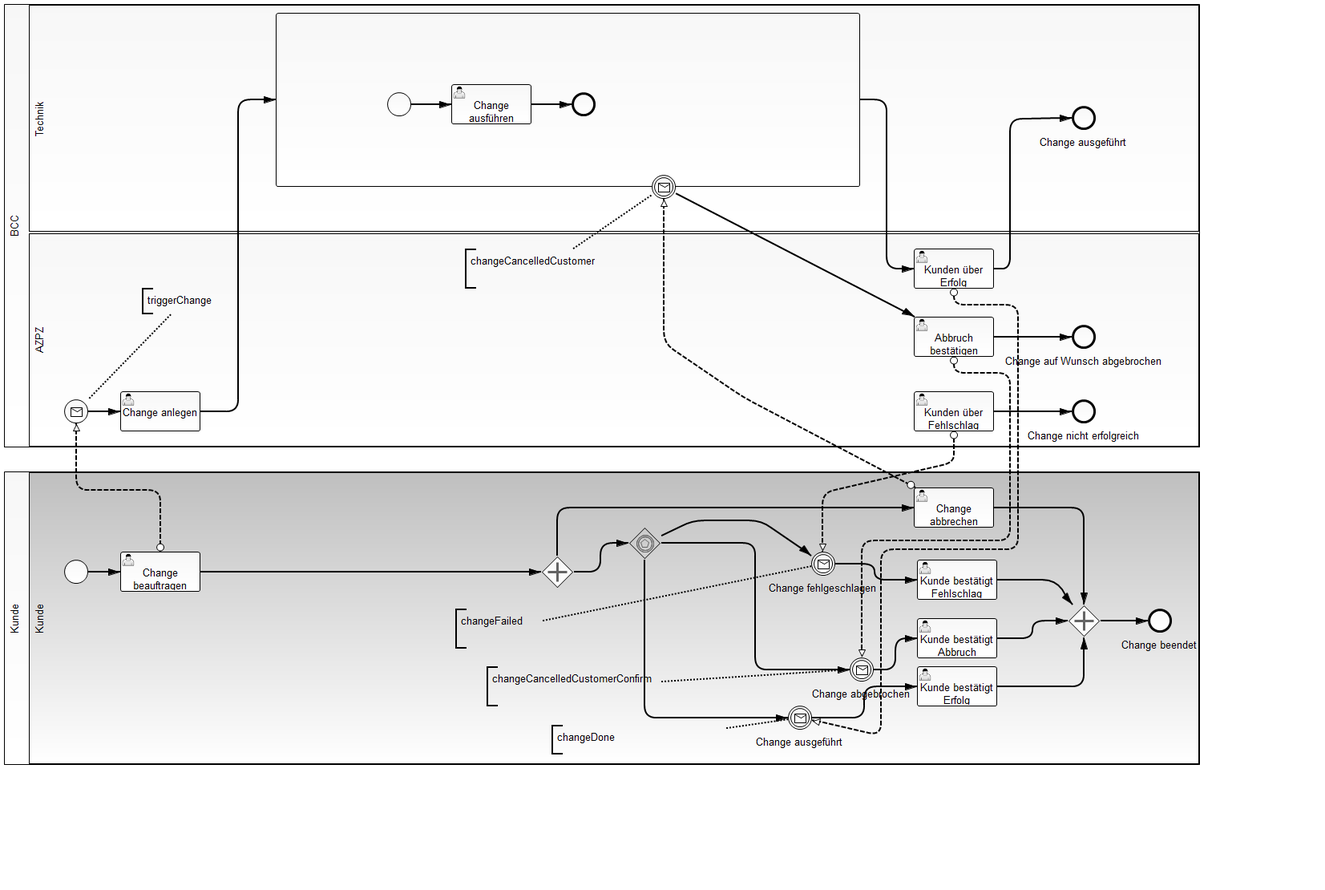
Earlier version of the BPMN export change-process/src/main/resources/ChangeProcess.png (gheddie/bpmn20_examples). Its source is kept beside it as change-process/src/main/resources/ChangeProcess.bpmn. Ids are renumbered.
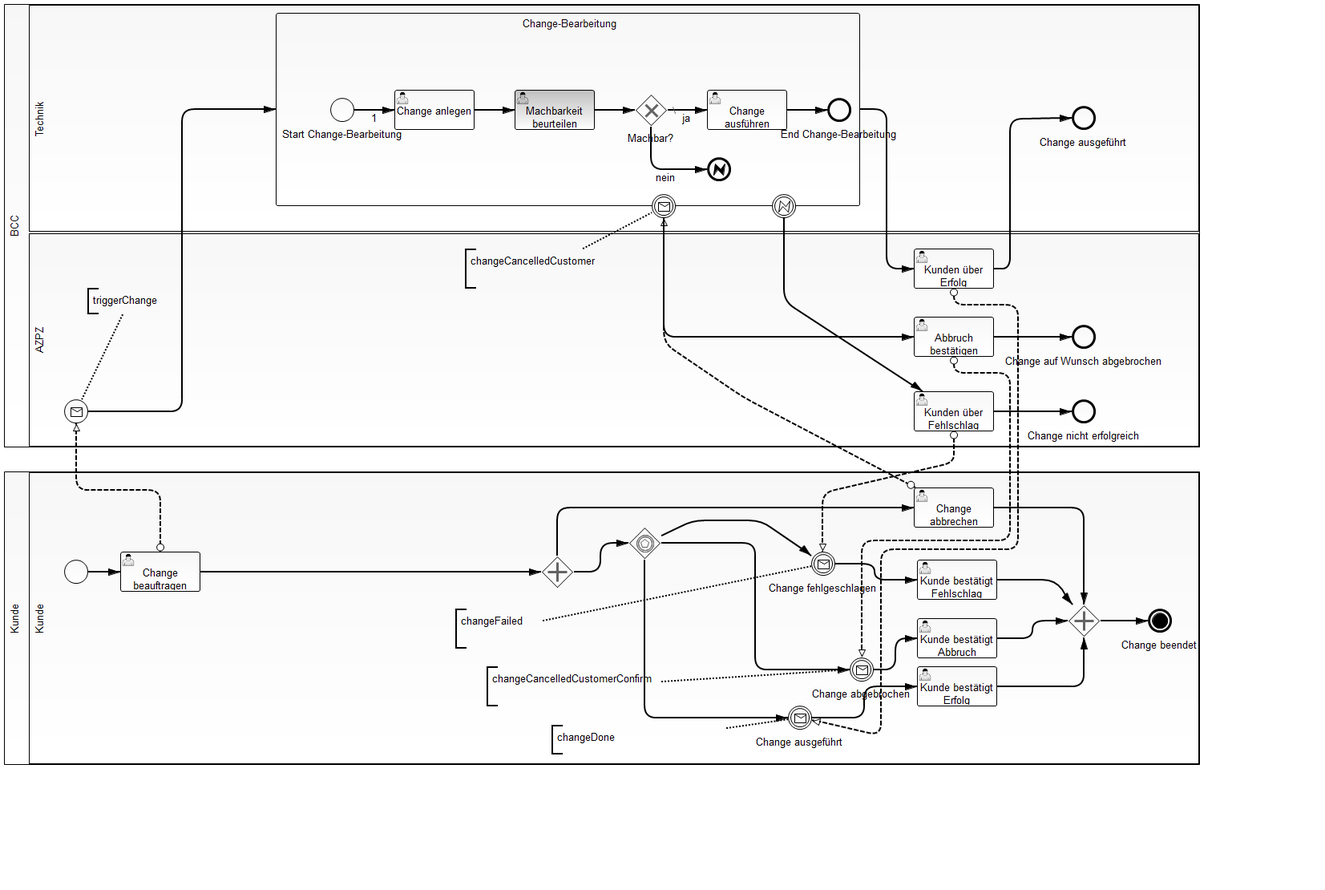
Above is the later version.

Commit message:
working change process on work, leaving a strange error on task 'Machbarkeit prüfen'

Diff of the diagram source:
```diff
@@ -18,11 +18,11 @@
         <flowNodeRef>PO_p3989</flowNodeRef>
         <flowNodeRef>SubProcess_1</flowNodeRef>
         <flowNodeRef>BoundaryEvent_1</flowNodeRef>
+        <flowNodeRef>BoundaryEvent_2</flowNodeRef>
       </lane>
       <lane id="PO_p3955" name="AZPZ">
         <flowNodeRef>PO_p4006</flowNodeRef>
         <flowNodeRef>PO_p3998</flowNodeRef>
-        <flowNodeRef>PO_p3957</flowNodeRef>
         <flowNodeRef>PO_p3990</flowNodeRef>
         <flowNodeRef>PO_p4005</flowNodeRef>
         <flowNodeRef>PO_p3941</flowNodeRef>
@@ -36,7 +36,7 @@
       <incoming>PO_p3999</incoming>
     </endEvent>
     <startEvent id="PO_p3941">
-      <outgoing>PO_p3956</outgoing>
+      <outgoing>SequenceFlow_16</outgoing>
       <messageEventDefinition id="PO_p3941_MESS" messageRef="Message_1"/>
     </startEvent>
     <endEvent id="PO_p4005" name="Change nicht erfolgreich">
@@ -53,6 +53,7 @@
       <extensionElements>
         <camunda:executionListener class="de.gravitex.bpmn.delegate.InformCustomerAboutFail" event="end"/>
       </extensionElements>
+      <incoming>SequenceFlow_23</incoming>
       <outgoing>PO_p4004</outgoing>
     </userTask>
     <userTask id="PO_p4006" camunda:candidateGroups="management" name="Abbruch bestätigen">
@@ -62,37 +63,65 @@
       <incoming>SequenceFlow_5</incoming>
       <outgoing>PO_p4011</outgoing>
     </userTask>
-    <userTask id="PO_p3957" camunda:candidateGroups="management" name="Change anlegen">
-      <incoming>PO_p3956</incoming>
-      <outgoing>SequenceFlow_1</outgoing>
-    </userTask>
     <sequenceFlow id="PO_p4004" sourceRef="PO_p3990" targetRef="PO_p4005"/>
-    <sequenceFlow id="PO_p3956" sourceRef="PO_p3941" targetRef="PO_p3957"/>
     <sequenceFlow id="PO_p3999" sourceRef="PO_p3998" targetRef="PO_p3989"/>
     <sequenceFlow id="PO_p4011" sourceRef="PO_p4006" targetRef="PO_p4012"/>
-    <subProcess id="SubProcess_1">
-      <incoming>SequenceFlow_1</incoming>
+    <subProcess id="SubProcess_1" name="Change-Bearbeitung">
+      <incoming>SequenceFlow_16</incoming>
       <outgoing>SequenceFlow_2</outgoing>
-      <startEvent id="StartEvent_1">
+      <startEvent id="StartEvent_1" name="Start Change-Bearbeitung">
+        <outgoing>SequenceFlow_17</outgoing>
+      </startEvent>
+      <userTask id="UserTask_5" camunda:candidateGroups="management" name="Change anlegen">
+        <incoming>SequenceFlow_17</incoming>
+        <outgoing>SequenceFlow_1</outgoing>
+      </userTask>
+      <sequenceFlow id="SequenceFlow_17" name="1" sourceRef="StartEvent_1" targetRef="UserTask_5"/>
+      <exclusiveGateway id="ExclusiveGateway_1" name="Machbar?" default="sequenceFlowFeasible">
+        <incoming>SequenceFlow_3</incoming>
+        <outgoing>sequenceFlowFeasible</outgoing>
+        <outgoing>SequenceFlow_22</outgoing>
+      </exclusiveGateway>
+      <userTask id="UserTask_7" camunda:candidateGroups="management" name="Change ausführen">
+        <incoming>sequenceFlowFeasible</incoming>
+        <outgoing>SequenceFlow_21</outgoing>
+      </userTask>
+      <sequenceFlow id="sequenceFlowFeasible" name="ja" sourceRef="ExclusiveGateway_1" targetRef="UserTask_7"/>
+      <endEvent id="EndEvent_2" name="End Change-Bearbeitung">
+        <incoming>SequenceFlow_21</incoming>
+      </endEvent>
+      <sequenceFlow id="SequenceFlow_21" name="" sourceRef="UserTask_7" targetRef="EndEvent_2"/>
+      <sequenceFlow id="SequenceFlow_22" name="nein" sourceRef="ExclusiveGateway_1" targetRef="EndEvent_3">
+        <conditionExpression xsi:type="tFormalExpression">${changeFeasible=='false'}</conditionExpression>
+      </sequenceFlow>
+      <endEvent id="EndEvent_3">
+        <incoming>SequenceFlow_22</incoming>
+        <errorEventDefinition id="_ErrorEventDefinition_4" errorRef="Error_1"/>
+      </endEvent>
+      <userTask id="UserTask_1" camunda:candidateGroups="management" name="Machbarkeit beurteilen">
+        <extensionElements>
+          <camunda:formData>
+            <camunda:formField id="changeFeasible" type="boolean"/>
+          </camunda:formData>
+        </extensionElements>
+        <incoming>SequenceFlow_1</incoming>
         <outgoing>SequenceFlow_3</outgoing>
-      </startEvent>
-      <sequenceFlow id="SequenceFlow_3" name="" sourceRef="StartEvent_1" targetRef="UserTask_1"/>
-      <userTask id="UserTask_1" camunda:candidateGroups="management" name="Change ausführen">
-        <incoming>SequenceFlow_3</incoming>
-        <outgoing>SequenceFlow_4</outgoing>
       </userTask>
-      <sequenceFlow id="SequenceFlow_4" name="" sourceRef="UserTask_1" targetRef="EndEvent_1"/>
-      <endEvent id="EndEvent_1">
-        <incoming>SequenceFlow_4</incoming>
-      </endEvent>
+      <sequenceFlow id="SequenceFlow_1" name="" sourceRef="UserTask_5" targetRef="UserTask_1"/>
+      <sequenceFlow id="SequenceFlow_3" name="" sourceRef="UserTask_1" targetRef="ExclusiveGateway_1"/>
     </subProcess>
-    <sequenceFlow id="SequenceFlow_1" name="" sourceRef="PO_p3957" targetRef="SubProcess_1"/>
     <sequenceFlow id="SequenceFlow_2" name="" sourceRef="SubProcess_1" targetRef="PO_p3998"/>
+    <sequenceFlow id="SequenceFlow_16" name="" sourceRef="PO_p3941" targetRef="SubProcess_1"/>
     <boundaryEvent id="BoundaryEvent_1" name="" attachedToRef="SubProcess_1">
       <outgoing>SequenceFlow_5</outgoing>
       <messageEventDefinition id="_MessageEventDefinition_12" messageRef="Message_2"/>
     </boundaryEvent>
     <sequenceFlow id="SequenceFlow_5" name="" sourceRef="BoundaryEvent_1" targetRef="PO_p4006"/>
+    <boundaryEvent id="BoundaryEvent_2" name="" attachedToRef="SubProcess_1">
+      <outgoing>SequenceFlow_23</outgoing>
+      <errorEventDefinition id="_ErrorEventDefinition_5" errorRef="Error_1"/>
+    </boundaryEvent>
+    <sequenceFlow id="SequenceFlow_23" name="" sourceRef="BoundaryEvent_2" targetRef="PO_p3990"/>
     <textAnnotation id="TextAnnotation_1">
       <text>triggerChange</text>
     </textAnnotation>
@@ -122,6 +151,7 @@
     </laneSet>
     <endEvent id="PO_p3996" name="Change beendet">
       <incoming>PO_p3995</incoming>
+      <terminateEventDefinition id="_TerminateEventDefinition_2"/>
     </endEvent>
     <startEvent id="PO_p3975">
       <outgoing>PO_p3976</outgoing>
@@ -219,6 +249,7 @@
   <message id="Message_3" name="changeFailed"/>
   <message id="Message_4" name="changeCancelledCustomerConfirm"/>
   <message id="Message_5" name="changeDone"/>
+  <error id="Error_1" errorCode="ERROR_CHANGE_NOT_FEASIBLE" name="ERROR_CHANGE_NOT_FEASIBLE"/>
   <bpmndi:BPMNDiagram id="KollaborationP_p91" name="Kollaboration">
     <bpmndi:BPMNPlane id="PLANE-P_p91" bpmnElement="COLLABORATION-P_p91">
       <bpmndi:BPMNShape id="PoolPO_p3953" bpmnElement="PO_p3953" isExpanded="true" isHorizontal="true">
@@ -259,10 +290,6 @@
         <di:waypoint xsi:type="dc:Point" x="1256.0" y="143.5"/>
         <di:waypoint xsi:type="dc:Point" x="1333.0" y="143.5"/>
       </bpmndi:BPMNEdge>
-      <bpmndi:BPMNEdge id="SequenzflussPO_p3956" bpmnElement="PO_p3956">
-        <di:waypoint xsi:type="dc:Point" x="106.0" y="509.0"/>
-        <di:waypoint xsi:type="dc:Point" x="146.0" y="509.0"/>
-      </bpmndi:BPMNEdge>
       <bpmndi:BPMNEdge id="SequenzflussPO_p3979" bpmnElement="PO_p3979">
         <di:waypoint xsi:type="dc:Point" x="246.0" y="709.0"/>
         <di:waypoint xsi:type="dc:Point" x="671.0" y="709.0"/>
@@ -281,9 +308,6 @@
       </bpmndi:BPMNShape>
       <bpmndi:BPMNShape id="AktivitätPO_p3998" bpmnElement="PO_p3998">
         <dc:Bounds height="50.0" width="100.0" x="1136.0" y="306.0"/>
-      </bpmndi:BPMNShape>
-      <bpmndi:BPMNShape id="AktivitätPO_p3957" bpmnElement="PO_p3957">
-        <dc:Bounds height="50.0" width="100.0" x="146.0" y="484.0"/>
       </bpmndi:BPMNShape>
       <bpmndi:BPMNShape id="AktivitätPO_p3982" bpmnElement="PO_p3982">
         <dc:Bounds height="50.0" width="100.0" x="1136.0" y="604.0"/>
@@ -376,61 +400,29 @@
         </bpmndi:BPMNLabel>
       </bpmndi:BPMNEdge>
       <bpmndi:BPMNShape id="_BPMNShape_SubProcess_8" bpmnElement="SubProcess_1" isExpanded="true">
-        <dc:Bounds height="217.0" width="729.0" x="340.0" y="12.0"/>
+        <dc:Bounds height="241.0" width="729.0" x="340.0" y="12.0"/>
       </bpmndi:BPMNShape>
-      <bpmndi:BPMNEdge id="BPMNEdge_SequenceFlow_1" bpmnElement="SequenceFlow_1" sourceElement="AktivitätPO_p3957" targetElement="_BPMNShape_SubProcess_8">
-        <di:waypoint xsi:type="dc:Point" x="246.0" y="509.0"/>
-        <di:waypoint xsi:type="dc:Point" x="293.0" y="509.0"/>
-        <di:waypoint xsi:type="dc:Point" x="293.0" y="120.0"/>
-        <di:waypoint xsi:type="dc:Point" x="340.0" y="120.0"/>
-        <bpmndi:BPMNLabel>
-          <dc:Bounds height="6.0" width="6.0" x="290.0" y="327.0"/>
-        </bpmndi:BPMNLabel>
-      </bpmndi:BPMNEdge>
       <bpmndi:BPMNEdge id="BPMNEdge_SequenceFlow_2" bpmnElement="SequenceFlow_2" sourceElement="_BPMNShape_SubProcess_8" targetElement="AktivitätPO_p3998">
-        <di:waypoint xsi:type="dc:Point" x="1068.0" y="120.0"/>
-        <di:waypoint xsi:type="dc:Point" x="1102.0" y="120.0"/>
+        <di:waypoint xsi:type="dc:Point" x="1068.0" y="132.0"/>
+        <di:waypoint xsi:type="dc:Point" x="1102.0" y="132.0"/>
         <di:waypoint xsi:type="dc:Point" x="1102.0" y="331.0"/>
         <di:waypoint xsi:type="dc:Point" x="1136.0" y="331.0"/>
         <bpmndi:BPMNLabel>
-          <dc:Bounds height="6.0" width="6.0" x="1099.0" y="214.0"/>
+          <dc:Bounds height="6.0" width="6.0" x="1099.0" y="226.0"/>
         </bpmndi:BPMNLabel>
       </bpmndi:BPMNEdge>
       <bpmndi:BPMNShape id="_BPMNShape_StartEvent_28" bpmnElement="StartEvent_1">
-        <dc:Bounds height="30.0" width="30.0" x="479.0" y="111.0"/>
+        <dc:Bounds height="30.0" width="30.0" x="408.0" y="118.0"/>
         <bpmndi:BPMNLabel>
-          <dc:Bounds height="0.0" width="0.0" x="494.0" y="146.0"/>
+          <dc:Bounds height="0.0" width="0.0" x="423.0" y="153.0"/>
         </bpmndi:BPMNLabel>
       </bpmndi:BPMNShape>
-      <bpmndi:BPMNShape id="_BPMNShape_UserTask_3" bpmnElement="UserTask_1">
-        <dc:Bounds height="50.0" width="100.0" x="559.0" y="101.0"/>
-      </bpmndi:BPMNShape>
-      <bpmndi:BPMNEdge id="BPMNEdge_SequenceFlow_3" bpmnElement="SequenceFlow_3" sourceElement="_BPMNShape_StartEvent_28" targetElement="_BPMNShape_UserTask_3">
-        <di:waypoint xsi:type="dc:Point" x="509.0" y="126.0"/>
-        <di:waypoint xsi:type="dc:Point" x="559.0" y="126.0"/>
-        <bpmndi:BPMNLabel>
-          <dc:Bounds height="6.0" width="6.0" x="531.0" y="126.0"/>
-        </bpmndi:BPMNLabel>
-      </bpmndi:BPMNEdge>
-      <bpmndi:BPMNShape id="_BPMNShape_EndEvent_4" bpmnElement="EndEvent_1">
-        <dc:Bounds height="30.0" width="30.0" x="709.0" y="111.0"/>
-        <bpmndi:BPMNLabel>
-          <dc:Bounds height="0.0" width="0.0" x="724.0" y="146.0"/>
-        </bpmndi:BPMNLabel>
-      </bpmndi:BPMNShape>
-      <bpmndi:BPMNEdge id="BPMNEdge_SequenceFlow_4" bpmnElement="SequenceFlow_4" sourceElement="_BPMNShape_UserTask_3" targetElement="_BPMNShape_EndEvent_4">
-        <di:waypoint xsi:type="dc:Point" x="659.0" y="126.0"/>
-        <di:waypoint xsi:type="dc:Point" x="709.0" y="126.0"/>
-        <bpmndi:BPMNLabel>
-          <dc:Bounds height="6.0" width="6.0" x="681.0" y="126.0"/>
-        </bpmndi:BPMNLabel>
-      </bpmndi:BPMNEdge>
       <bpmndi:BPMNShape id="_BPMNShape_TextAnnotation_18" bpmnElement="TextAnnotation_1">
-        <dc:Bounds height="33.0" width="104.0" x="173.0" y="355.0"/>
+        <dc:Bounds height="33.0" width="104.0" x="105.0" y="355.0"/>
       </bpmndi:BPMNShape>
       <bpmndi:BPMNEdge id="BPMNEdge_Association_1" bpmnElement="Association_1" sourceElement="_BPMNShape_TextAnnotation_18" targetElement="EreignisPO_p3941">
-        <di:waypoint xsi:type="dc:Point" x="209.0" y="387.0"/>
-        <di:waypoint xsi:type="dc:Point" x="106.0" y="494.0"/>
+        <di:waypoint xsi:type="dc:Point" x="149.0" y="387.0"/>
+        <di:waypoint xsi:type="dc:Point" x="98.0" y="494.0"/>
       </bpmndi:BPMNEdge>
       <bpmndi:BPMNShape id="_BPMNShape_TextAnnotation_19" bpmnElement="TextAnnotation_2">
         <dc:Bounds height="50.0" width="109.0" x="564.0" y="755.0"/>
@@ -454,29 +446,33 @@
         <di:waypoint xsi:type="dc:Point" x="979.0" y="893.0"/>
       </bpmndi:BPMNEdge>
       <bpmndi:BPMNShape id="_BPMNShape_BoundaryEvent_25" bpmnElement="BoundaryEvent_1">
-        <dc:Bounds height="30.0" width="30.0" x="809.0" y="214.0"/>
+        <dc:Bounds height="30.0" width="30.0" x="809.0" y="238.0"/>
+        <bpmndi:BPMNLabel>
+          <dc:Bounds height="6.0" width="6.0" x="821.0" y="273.0"/>
+        </bpmndi:BPMNLabel>
       </bpmndi:BPMNShape>
       <bpmndi:BPMNShape id="_BPMNShape_TextAnnotation_22" bpmnElement="TextAnnotation_5">
         <dc:Bounds height="50.0" width="195.0" x="576.0" y="306.0"/>
       </bpmndi:BPMNShape>
       <bpmndi:BPMNEdge id="BPMNEdge_Association_5" bpmnElement="Association_5" sourceElement="_BPMNShape_TextAnnotation_22" targetElement="_BPMNShape_BoundaryEvent_25">
-        <di:waypoint xsi:type="dc:Point" x="710.0" y="306.0"/>
-        <di:waypoint xsi:type="dc:Point" x="809.0" y="239.0"/>
+        <di:waypoint xsi:type="dc:Point" x="721.0" y="306.0"/>
+        <di:waypoint xsi:type="dc:Point" x="809.0" y="261.0"/>
       </bpmndi:BPMNEdge>
       <bpmndi:BPMNEdge id="BPMNEdge_MessageFlow_1" bpmnElement="MessageFlow_1" sourceElement="AktivitätPO_p3982" targetElement="_BPMNShape_BoundaryEvent_25">
         <di:waypoint xsi:type="dc:Point" x="1138.0" y="604.0"/>
         <di:waypoint xsi:type="dc:Point" x="923.0" y="491.0"/>
         <di:waypoint xsi:type="dc:Point" x="824.0" y="424.0"/>
-        <di:waypoint xsi:type="dc:Point" x="824.0" y="244.0"/>
+        <di:waypoint xsi:type="dc:Point" x="824.0" y="268.0"/>
         <bpmndi:BPMNLabel>
           <dc:Bounds height="6.0" width="6.0" x="822.0" y="425.0"/>
         </bpmndi:BPMNLabel>
       </bpmndi:BPMNEdge>
       <bpmndi:BPMNEdge id="BPMNEdge_SequenceFlow_5" bpmnElement="SequenceFlow_5" sourceElement="_BPMNShape_BoundaryEvent_25" targetElement="AktivitätPO_p4006">
-        <di:waypoint xsi:type="dc:Point" x="839.0" y="237.0"/>
-        <di:waypoint xsi:type="dc:Point" x="1138.0" y="391.0"/>
+        <di:waypoint xsi:type="dc:Point" x="824.0" y="268.0"/>
+        <di:waypoint xsi:type="dc:Point" x="824.0" y="416.0"/>
+        <di:waypoint xsi:type="dc:Point" x="1136.0" y="416.0"/>
         <bpmndi:BPMNLabel>
-          <dc:Bounds height="6.0" width="6.0" x="1051.0" y="348.0"/>
+          <dc:Bounds height="6.0" width="6.0" x="915.0" y="416.0"/>
         </bpmndi:BPMNLabel>
       </bpmndi:BPMNEdge>
       <bpmndi:BPMNShape id="_BPMNShape_UserTask_11" bpmnElement="UserTask_2">
@@ -577,6 +573,75 @@
         <di:waypoint xsi:type="dc:Point" x="800.0" y="891.0"/>
         <di:waypoint xsi:type="dc:Point" x="979.0" y="891.0"/>
       </bpmndi:BPMNEdge>
+      <bpmndi:BPMNEdge id="BPMNEdge_SequenceFlow_16" bpmnElement="SequenceFlow_16" sourceElement="EreignisPO_p3941" targetElement="_BPMNShape_SubProcess_8">
+        <di:waypoint xsi:type="dc:Point" x="106.0" y="509.0"/>
+        <di:waypoint xsi:type="dc:Point" x="223.0" y="509.0"/>
+        <di:waypoint xsi:type="dc:Point" x="223.0" y="132.0"/>
+        <di:waypoint xsi:type="dc:Point" x="340.0" y="132.0"/>
+        <bpmndi:BPMNLabel>
+          <dc:Bounds height="6.0" width="6.0" x="220.0" y="315.0"/>
+        </bpmndi:BPMNLabel>
+      </bpmndi:BPMNEdge>
+      <bpmndi:BPMNShape id="_BPMNShape_UserTask_29" bpmnElement="UserTask_5">
+        <dc:Bounds height="50.0" width="100.0" x="488.0" y="108.0"/>
+      </bpmndi:BPMNShape>
+      <bpmndi:BPMNEdge id="BPMNEdge_SequenceFlow_17" bpmnElement="SequenceFlow_17" sourceElement="_BPMNShape_StartEvent_28" targetElement="_BPMNShape_UserTask_29">
+        <di:waypoint xsi:type="dc:Point" x="438.0" y="133.0"/>
+        <di:waypoint xsi:type="dc:Point" x="488.0" y="133.0"/>
+      </bpmndi:BPMNEdge>
+      <bpmndi:BPMNShape id="_BPMNShape_ExclusiveGateway_3" bpmnElement="ExclusiveGateway_1" isMarkerVisible="true">
+        <dc:Bounds height="40.0" width="40.0" x="788.0" y="113.0"/>
+      </bpmndi:BPMNShape>
+      <bpmndi:BPMNShape id="_BPMNShape_UserTask_31" bpmnElement="UserTask_7">
+        <dc:Bounds height="50.0" width="100.0" x="878.0" y="108.0"/>
+      </bpmndi:BPMNShape>
+      <bpmndi:BPMNEdge id="BPMNEdge_SequenceFlow_20" bpmnElement="sequenceFlowFeasible" sourceElement="_BPMNShape_ExclusiveGateway_3" targetElement="_BPMNShape_UserTask_31">
+        <di:waypoint xsi:type="dc:Point" x="828.0" y="133.0"/>
+        <di:waypoint xsi:type="dc:Point" x="878.0" y="133.0"/>
+      </bpmndi:BPMNEdge>
+      <bpmndi:BPMNShape id="_BPMNShape_EndEvent_12" bpmnElement="EndEvent_2">
+        <dc:Bounds height="30.0" width="30.0" x="1028.0" y="118.0"/>
+      </bpmndi:BPMNShape>
+      <bpmndi:BPMNEdge id="BPMNEdge_SequenceFlow_21" bpmnElement="SequenceFlow_21" sourceElement="_BPMNShape_UserTask_31" targetElement="_BPMNShape_EndEvent_12">
+        <di:waypoint xsi:type="dc:Point" x="978.0" y="133.0"/>
+        <di:waypoint xsi:type="dc:Point" x="1028.0" y="133.0"/>
+      </bpmndi:BPMNEdge>
+      <bpmndi:BPMNShape id="_BPMNShape_EndEvent_13" bpmnElement="EndEvent_3">
+        <dc:Bounds height="30.0" width="30.0" x="878.0" y="192.0"/>
+        <bpmndi:BPMNLabel>
+          <dc:Bounds height="0.0" width="0.0" x="893.0" y="227.0"/>
+        </bpmndi:BPMNLabel>
+      </bpmndi:BPMNShape>
+      <bpmndi:BPMNEdge id="BPMNEdge_SequenceFlow_22" bpmnElement="SequenceFlow_22" sourceElement="_BPMNShape_ExclusiveGateway_3" targetElement="_BPMNShape_EndEvent_13">
+        <di:waypoint xsi:type="dc:Point" x="808.0" y="153.0"/>
+        <di:waypoint xsi:type="dc:Point" x="808.0" y="207.0"/>
+        <di:waypoint xsi:type="dc:Point" x="878.0" y="207.0"/>
+        <bpmndi:BPMNLabel>
+          <dc:Bounds height="6.0" width="6.0" x="824.0" y="207.0"/>
+        </bpmndi:BPMNLabel>
+      </bpmndi:BPMNEdge>
+      <bpmndi:BPMNShape id="_BPMNShape_BoundaryEvent_28" bpmnElement="BoundaryEvent_2">
+        <dc:Bounds height="30.0" width="30.0" x="959.0" y="238.0"/>
+      </bpmndi:BPMNShape>
+      <bpmndi:BPMNEdge id="BPMNEdge_SequenceFlow_23" bpmnElement="SequenceFlow_23" sourceElement="_BPMNShape_BoundaryEvent_28" targetElement="AktivitätPO_p3990">
+        <di:waypoint xsi:type="dc:Point" x="974.0" y="268.0"/>
+        <di:waypoint xsi:type="dc:Point" x="974.0" y="372.0"/>
+        <di:waypoint xsi:type="dc:Point" x="1147.0" y="484.0"/>
+        <bpmndi:BPMNLabel>
+          <dc:Bounds height="6.0" width="6.0" x="1053.0" y="425.0"/>
+        </bpmndi:BPMNLabel>
+      </bpmndi:BPMNEdge>
+      <bpmndi:BPMNShape id="_BPMNShape_UserTask_32" bpmnElement="UserTask_1">
+        <dc:Bounds height="50.0" width="100.0" x="638.0" y="108.0"/>
+      </bpmndi:BPMNShape>
+      <bpmndi:BPMNEdge id="BPMNEdge_SequenceFlow_1" bpmnElement="SequenceFlow_1" sourceElement="_BPMNShape_UserTask_29" targetElement="_BPMNShape_UserTask_32">
+        <di:waypoint xsi:type="dc:Point" x="588.0" y="133.0"/>
+        <di:waypoint xsi:type="dc:Point" x="638.0" y="133.0"/>
+      </bpmndi:BPMNEdge>
+      <bpmndi:BPMNEdge id="BPMNEdge_SequenceFlow_3" bpmnElement="SequenceFlow_3" sourceElement="_BPMNShape_UserTask_32" targetElement="_BPMNShape_ExclusiveGateway_3">
+        <di:waypoint xsi:type="dc:Point" x="738.0" y="133.0"/>
+        <di:waypoint xsi:type="dc:Point" x="788.0" y="133.0"/>
+      </bpmndi:BPMNEdge>
     </bpmndi:BPMNPlane>
   </bpmndi:BPMNDiagram>
 </definitions>
```
